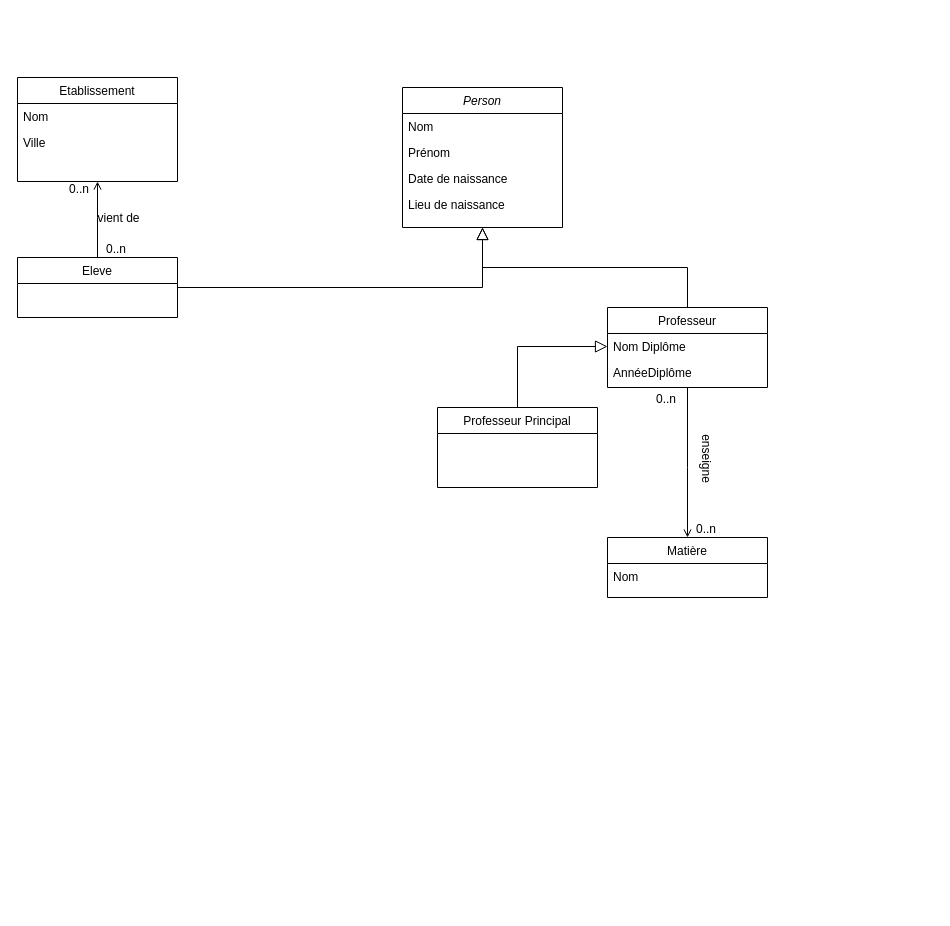
This is Les Sardines/diagrammeDeClasses.drawio from NLetenneur/UML-Introduction, a draw.io file, before an edit. Source tidied: cells renumbered, new cells numbered last; positions are measured from the earlier drawing's top-left corner, leaving out a move shared by most shapes. Both pictures are drawn from the tidied source at 100%, with x=0, y=0 at pixel (17, 77).
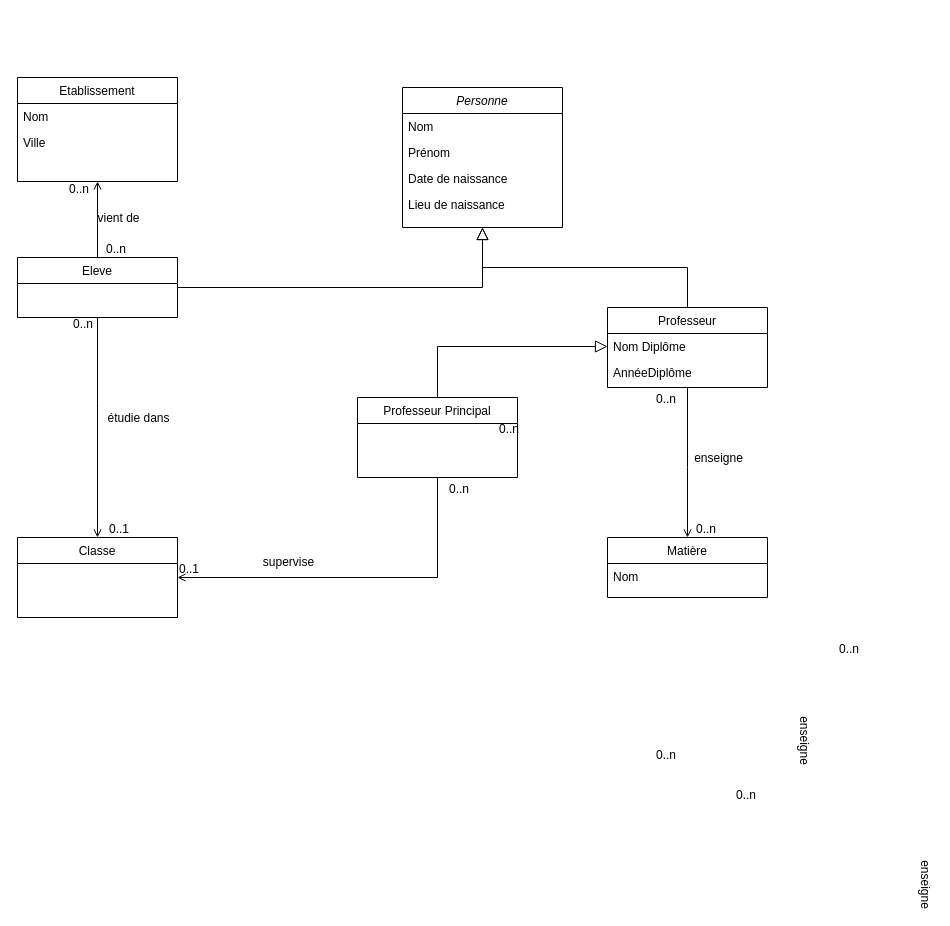
After the change.

Commit message (it also covers changes not shown here):
Mettre à jour diagrammeDeClasses.drawio

The change refers to these unchanged cells:
```xml
<mxCell id="7" value="Eleve" style="swimlane;fontStyle=0;align=center;verticalAlign=top;horizontal=1;startSize=26;rounded=0;shadow=0;strokeWidth=1;" parent="1" vertex="1">
  <mxGeometry y="180" width="160" height="60" as="geometry" />
</mxCell>
<mxCell id="13" style="endArrow=open;shadow=0;strokeWidth=1;rounded=0;curved=0;endFill=1;edgeStyle=elbowEdgeStyle;elbow=vertical;exitX=0.5;exitY=0;exitDx=0;exitDy=0;entryX=0.5;entryY=1;entryDx=0;entryDy=0;" parent="1" edge="1" source="7" target="17">
  <mxGeometry x="0.5" y="41" relative="1" as="geometry">
    <Array as="points">
      <mxPoint x="120" y="140" />
    </Array>
    <mxPoint x="-40" y="32" as="offset" />
  </mxGeometry>
</mxCell>
```

Change to the diagram source:
```diff
@@
-    <mxCell id="2" value="Person" style="swimlane;fontStyle=2;align=center;verticalAlign=top;horizontal=1;startSize=26;rounded=0;shadow=0;strokeWidth=1;" parent="1" vertex="1">
+    <mxCell id="2" value="Personne" style="swimlane;fontStyle=2;align=center;verticalAlign=top;horizontal=1;startSize=26;rounded=0;shadow=0;strokeWidth=1;" parent="1" vertex="1">
       <mxGeometry x="385" y="10" width="160" height="140" as="geometry" />
     </mxCell>
@@
-    <mxCell id="16" value="enseigne" style="text;html=1;align=center;verticalAlign=middle;labelBackgroundColor=none;rounded=0;shadow=0;strokeWidth=1;fontSize=12;rotation=90;" parent="13" vertex="1">
+    <mxCell id="16" value="enseigne" style="text;html=1;align=center;verticalAlign=middle;labelBackgroundColor=none;rounded=0;shadow=0;strokeWidth=1;fontSize=12;rotation=0;" parent="13" vertex="1">
       <mxGeometry x="0.5" y="49" relative="1" as="geometry">
-        <mxPoint x="659" y="257" as="offset" />
+        <mxPoint x="669" y="257" as="offset" />
       </mxGeometry>
     </mxCell>
@@
     <mxCell id="26" value="Professeur Principal" style="swimlane;fontStyle=0;align=center;verticalAlign=top;horizontal=1;startSize=26;rounded=0;shadow=0;strokeWidth=1;" parent="1" vertex="1">
-      <mxGeometry x="420" y="330" width="160" height="80" as="geometry" />
+      <mxGeometry x="340" y="320" width="160" height="80" as="geometry" />
     </mxCell>
@@
+    <mxCell id="29" value="Classe" style="swimlane;fontStyle=0;align=center;verticalAlign=top;horizontal=1;startSize=26;rounded=0;shadow=0;strokeWidth=1;" parent="1" vertex="1">
+      <mxGeometry y="460" width="160" height="80" as="geometry" />
+    </mxCell>
+    <mxCell id="30" style="endArrow=open;shadow=0;strokeWidth=1;rounded=0;curved=0;endFill=1;edgeStyle=elbowEdgeStyle;elbow=vertical;exitX=0.5;exitY=1;exitDx=0;exitDy=0;entryX=0.5;entryY=0;entryDx=0;entryDy=0;" parent="1" edge="1" source="7" target="29">
+      <mxGeometry x="0.5" y="41" relative="1" as="geometry">
+        <Array as="points">
+          <mxPoint x="110" y="326" />
+        </Array>
+        <mxPoint x="-40" y="32" as="offset" />
+      </mxGeometry>
+    </mxCell>
+    <mxCell id="31" value="0..n" style="align=left;verticalAlign=bottom;labelBackgroundColor=none;fontSize=12;" parent="30" vertex="1">
+      <mxGeometry x="-1" relative="1" as="geometry">
+        <mxPoint x="350" y="180" as="offset" />
+      </mxGeometry>
+    </mxCell>
+    <mxCell id="32" value="0..n" style="align=right;verticalAlign=bottom;labelBackgroundColor=none;fontSize=12;" parent="30" vertex="1">
+      <mxGeometry x="1" relative="1" as="geometry">
+        <mxPoint x="580" y="226" as="offset" />
+      </mxGeometry>
+    </mxCell>
+    <mxCell id="33" value="enseigne" style="text;html=1;align=center;verticalAlign=middle;labelBackgroundColor=none;rounded=0;shadow=0;strokeWidth=1;fontSize=12;rotation=90;" parent="30" vertex="1">
+      <mxGeometry x="0.5" y="49" relative="1" as="geometry">
+        <mxPoint x="659" y="257" as="offset" />
+      </mxGeometry>
+    </mxCell>
+    <mxCell id="34" value="0..n" style="align=left;verticalAlign=bottom;labelBackgroundColor=none;fontSize=12;" parent="1" vertex="1">
+      <mxGeometry x="60" y="-60" as="geometry">
+        <mxPoint x="-6" y="315" as="offset" />
+      </mxGeometry>
+    </mxCell>
+    <mxCell id="35" value="0..1" style="align=left;verticalAlign=bottom;labelBackgroundColor=none;fontSize=12;" parent="1" vertex="1">
+      <mxGeometry x="90" y="460" as="geometry" />
+    </mxCell>
+    <mxCell id="36" style="endArrow=open;shadow=0;strokeWidth=1;rounded=0;curved=0;endFill=1;edgeStyle=elbowEdgeStyle;elbow=vertical;entryX=1;entryY=0.5;entryDx=0;entryDy=0;exitX=0.5;exitY=1;exitDx=0;exitDy=0;" parent="1" edge="1" source="26" target="29">
+      <mxGeometry x="0.5" y="41" relative="1" as="geometry">
+        <Array as="points">
+          <mxPoint x="320" y="500" />
+        </Array>
+        <mxPoint x="-40" y="32" as="offset" />
+      </mxGeometry>
+    </mxCell>
+    <mxCell id="37" value="0..n" style="align=left;verticalAlign=bottom;labelBackgroundColor=none;fontSize=12;" parent="36" vertex="1">
+      <mxGeometry x="-1" relative="1" as="geometry">
+        <mxPoint x="400" y="180" as="offset" />
+      </mxGeometry>
+    </mxCell>
+    <mxCell id="38" value="0..n" style="align=right;verticalAlign=bottom;labelBackgroundColor=none;fontSize=12;" parent="36" vertex="1">
+      <mxGeometry x="1" relative="1" as="geometry">
+        <mxPoint x="580" y="226" as="offset" />
+      </mxGeometry>
+    </mxCell>
+    <mxCell id="39" value="enseigne" style="text;html=1;align=center;verticalAlign=middle;labelBackgroundColor=none;rounded=0;shadow=0;strokeWidth=1;fontSize=12;rotation=90;" parent="36" vertex="1">
+      <mxGeometry x="0.5" y="49" relative="1" as="geometry">
+        <mxPoint x="659" y="257" as="offset" />
+      </mxGeometry>
+    </mxCell>
+    <mxCell id="40" value="0..1" style="align=left;verticalAlign=bottom;labelBackgroundColor=none;fontSize=12;" parent="1" vertex="1">
+      <mxGeometry x="160" y="500" as="geometry" />
+    </mxCell>
+    <mxCell id="41" value="étudie dans" style="text;html=1;align=center;verticalAlign=middle;labelBackgroundColor=none;rounded=0;shadow=0;strokeWidth=1;fontSize=12;" parent="1" vertex="1">
+      <mxGeometry x="120" y="340" as="geometry" />
+    </mxCell>
+    <mxCell id="42" value="supervise" style="text;html=1;align=center;verticalAlign=middle;labelBackgroundColor=none;rounded=0;shadow=0;strokeWidth=1;fontSize=12;rotation=0;" parent="1" vertex="1">
+      <mxGeometry x="280" y="490" as="geometry">
+        <mxPoint x="-10" y="-6" as="offset" />
+      </mxGeometry>
+    </mxCell>
```
